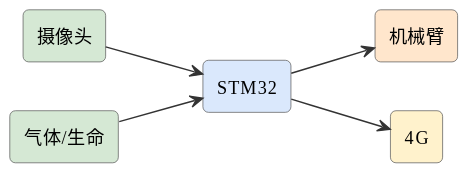
Before: assets/diagrams/ideas-fig94.svg, a diagram exported from PlantUML (mingyi0818/IntelligentMcuCourse).
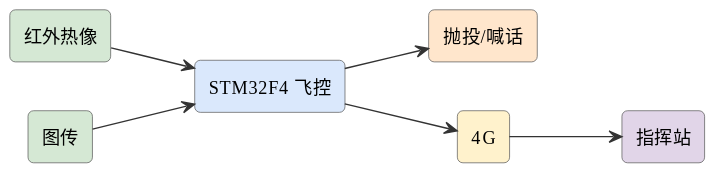
After the change.

Change to the diagram source:
```diff
@@ -6,13 +6,15 @@
 skinparam arrowFontSize 11
 skinparam arrowColor #333
 left to right direction
-rectangle "摄像头" as cam #d5e8d4
-rectangle "气体/生命" as gas #d5e8d4
-rectangle "STM32" as stm #dae8fc
-rectangle "机械臂" as arm #ffe6cc
+rectangle "STM32F4 飞控" as fc #dae8fc
+rectangle "红外热像" as ir #d5e8d4
+rectangle "图传" as cam #d5e8d4
+rectangle "抛投/喊话" as drop #ffe6cc
 rectangle "4G" as g #fff2cc
-cam --> stm
-gas --> stm
-stm --> arm
-stm --> g
+rectangle "指挥站" as gs #e1d5e8
+ir --> fc
+cam --> fc
+fc --> drop
+fc --> g
+g --> gs
 @enduml
```
